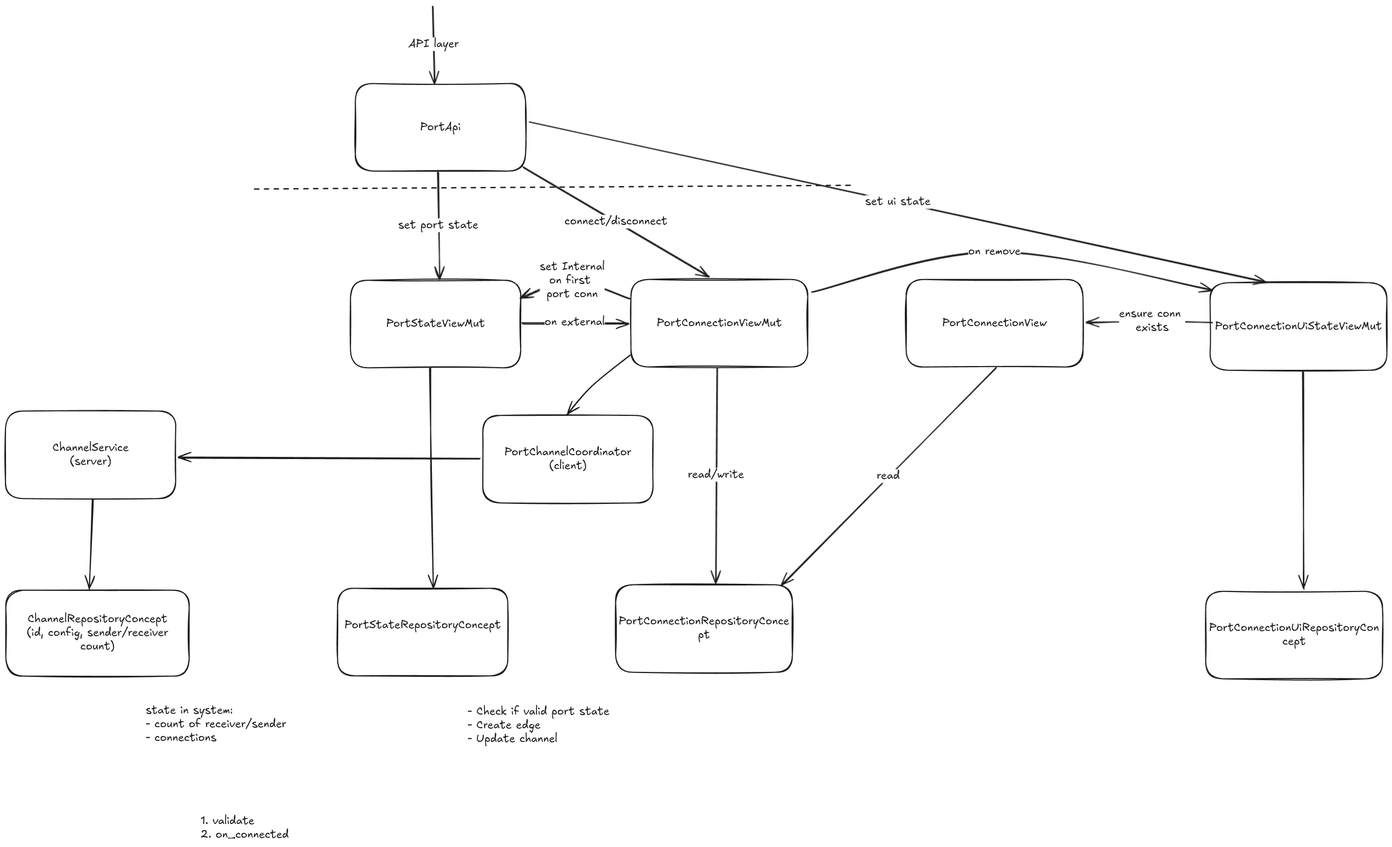
The Excalidraw diagram beetry-editor-backend/docs/channel_port_interop.excalidraw.png in skullim/beetry, before a commit. Source tidied: one line per element, renumbered; positions are measured from the earlier drawing's top-left corner, leaving out a move shared by most shapes.
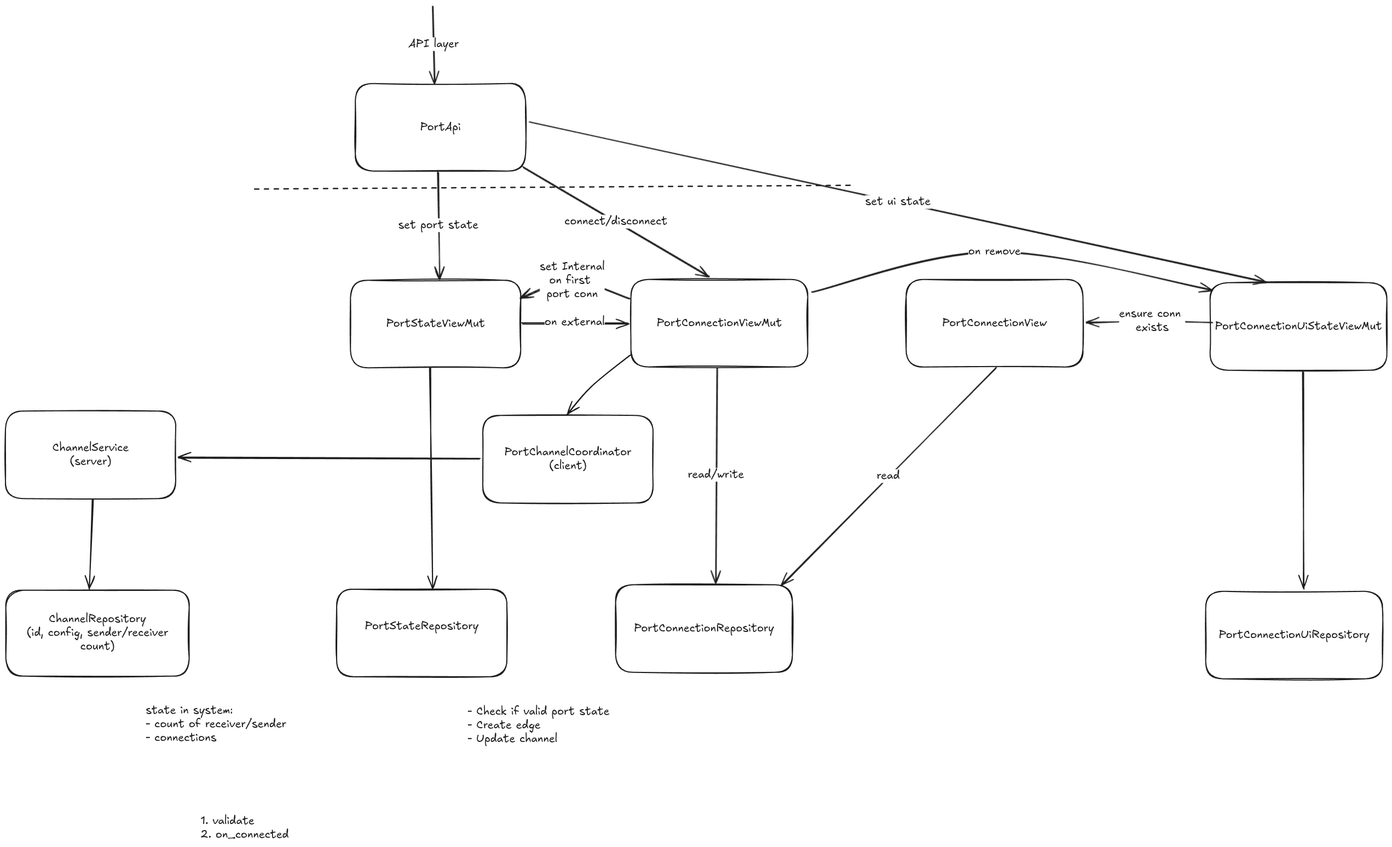
Above is the later version.

Diff of the diagram source:
```diff
@@ -9,20 +9,20 @@
 {"id": 8, "type": "rectangle", "strokeColor": "#1e1e1e", "strokeWidth": 2, "roughness": 1, "round": true, "x": 0, "y": 741, "width": 311, "height": 160}
 {"id": 9, "type": "text", "text": "ChannelService\n(server)", "strokeColor": "#1e1e1e", "strokeWidth": 2, "roughness": 1, "fontSize": 20, "fontFamily": 5, "textAlign": "center", "verticalAlign": "middle", "inside": 8, "x": 86, "y": 796, "width": 139, "height": 50}
 {"id": 10, "type": "arrow", "strokeColor": "#1e1e1e", "strokeWidth": 2, "roughness": 1, "endArrowhead": "arrow", "round": true, "from": 6, "to": 8, "x": 867, "y": 828, "width": 550, "height": 2, "points": [[0, 0], [-550, -2]]}
-{"id": 11, "type": "rectangle", "strokeColor": "#1e1e1e", "strokeWidth": 2, "roughness": 1, "round": true, "x": 607, "y": 1065, "width": 311, "height": 160}
+{"id": 11, "type": "rectangle", "strokeColor": "#1e1e1e", "strokeWidth": 2, "roughness": 1, "round": true, "x": 605, "y": 1066, "width": 311, "height": 160}
-{"id": 12, "type": "text", "text": "PortStateRepositoryConcept\n", "strokeColor": "#1e1e1e", "strokeWidth": 2, "roughness": 1, "fontSize": 20, "fontFamily": 5, "textAlign": "center", "verticalAlign": "middle", "inside": 11, "x": 619, "y": 1120, "width": 286, "height": 50}
+{"id": 12, "type": "text", "text": "PortStateRepository\n", "strokeColor": "#1e1e1e", "strokeWidth": 2, "roughness": 1, "fontSize": 20, "fontFamily": 5, "textAlign": "center", "verticalAlign": "middle", "inside": 11, "x": 657, "y": 1121, "width": 208, "height": 50}
-{"id": 13, "type": "arrow", "strokeColor": "#1e1e1e", "strokeWidth": 2, "roughness": 1, "endArrowhead": "arrow", "round": true, "from": 4, "to": 11, "x": 775, "y": 662, "width": 5, "height": 402, "points": [[0, 0], [4, 199], [5, 402]]}
+{"id": 13, "type": "arrow", "strokeColor": "#1e1e1e", "strokeWidth": 2, "roughness": 1, "endArrowhead": "arrow", "round": true, "from": 4, "to": 11, "x": 775, "y": 662, "width": 4, "height": 404, "points": [[0, 0], [4, 199], [4, 404]]}
 {"id": 14, "type": "arrow", "strokeColor": "#1e1e1e", "strokeWidth": 2, "roughness": 1, "endArrowhead": "arrow", "round": true, "from": 8, "to": 15, "x": 159, "y": 902, "width": 7, "height": 165, "points": [[0, 0], [-7, 165]]}
 {"id": 15, "type": "rectangle", "strokeColor": "#1e1e1e", "strokeWidth": 2, "roughness": 1, "round": true, "x": 1, "y": 1068, "width": 335, "height": 157}
-{"id": 16, "type": "text", "text": "ChannelRepositoryConcept\n(id, config, sender/receiver\ncount)", "strokeColor": "#1e1e1e", "strokeWidth": 2, "roughness": 1, "fontSize": 20, "fontFamily": 5, "textAlign": "center", "verticalAlign": "middle", "inside": 15, "x": 39, "y": 1109, "width": 259, "height": 75}
+{"id": 16, "type": "text", "text": "ChannelRepository\n(id, config, sender/receiver\ncount)", "strokeColor": "#1e1e1e", "strokeWidth": 2, "roughness": 1, "fontSize": 20, "fontFamily": 5, "textAlign": "center", "verticalAlign": "middle", "inside": 15, "x": 39, "y": 1109, "width": 259, "height": 75}
 {"id": 17, "type": "arrow", "strokeColor": "#1e1e1e", "strokeWidth": 2, "roughness": 1, "endArrowhead": "arrow", "round": true, "to": 0, "x": 780, "y": 0, "width": 4, "height": 140, "points": [[0, 0], [4, 140]]}
 {"id": 18, "type": "text", "text": "API layer", "strokeColor": "#1e1e1e", "strokeWidth": 2, "strokeStyle": "dashed", "roughness": 1, "fontSize": 20, "fontFamily": 5, "textAlign": "center", "verticalAlign": "middle", "inside": 17, "x": 737, "y": 140, "width": 92, "height": 25}
 {"id": 19, "type": "line", "strokeColor": "#1e1e1e", "strokeWidth": 2, "strokeStyle": "dashed", "roughness": 1, "round": true, "x": 454, "y": 336, "width": 1096, "height": 8, "points": [[0, 0], [1096, -8]]}
 {"id": 20, "type": "text", "text": "state in system:\n- count of receiver/sender\n- connections", "strokeColor": "#1e1e1e", "strokeWidth": 2, "strokeStyle": "dashed", "roughness": 1, "fontSize": 20, "fontFamily": 5, "x": 256, "y": 1276, "width": 257, "height": 75}
 {"id": 21, "type": "rectangle", "strokeColor": "#1e1e1e", "strokeWidth": 2, "roughness": 1, "round": true, "x": 1115, "y": 1058, "width": 323, "height": 160}
-{"id": 22, "type": "text", "text": "PortConnectionRepositoryConce\npt", "strokeColor": "#1e1e1e", "strokeWidth": 2, "roughness": 1, "fontSize": 20, "fontFamily": 5, "textAlign": "center", "verticalAlign": "middle", "inside": 21, "x": 1120, "y": 1113, "width": 312, "height": 50}
+{"id": 22, "type": "text", "text": "PortConnectionRepository", "strokeColor": "#1e1e1e", "strokeWidth": 2, "roughness": 1, "fontSize": 20, "fontFamily": 5, "textAlign": "center", "verticalAlign": "middle", "inside": 21, "x": 1148, "y": 1126, "width": 256, "height": 25}
 {"id": 23, "type": "rectangle", "strokeColor": "#1e1e1e", "strokeWidth": 2, "roughness": 1, "round": true, "x": 2193, "y": 1070, "width": 323, "height": 160}
-{"id": 24, "type": "text", "text": "PortConnectionUiRepositoryCon\ncept", "strokeColor": "#1e1e1e", "strokeWidth": 2, "roughness": 1, "fontSize": 20, "fontFamily": 5, "textAlign": "center", "verticalAlign": "middle", "inside": 23, "x": 2199, "y": 1125, "width": 311, "height": 50}
+{"id": 24, "type": "text", "text": "PortConnectionUiRepository", "strokeColor": "#1e1e1e", "strokeWidth": 2, "roughness": 1, "fontSize": 20, "fontFamily": 5, "textAlign": "center", "verticalAlign": "middle", "inside": 23, "x": 2216, "y": 1138, "width": 275, "height": 25}
 {"id": 25, "type": "rectangle", "strokeColor": "#1e1e1e", "strokeWidth": 2, "roughness": 1, "round": true, "x": 2201, "y": 506, "width": 323, "height": 160}
 {"id": 26, "type": "text", "text": "PortConnectionUiStateViewMut", "strokeColor": "#1e1e1e", "strokeWidth": 2, "roughness": 1, "fontSize": 20, "fontFamily": 5, "textAlign": "center", "verticalAlign": "middle", "inside": 25, "x": 2210, "y": 574, "width": 305, "height": 25}
 {"id": 27, "type": "rectangle", "strokeColor": "#1e1e1e", "strokeWidth": 2, "roughness": 1, "round": true, "x": 1143, "y": 500, "width": 323, "height": 160}
```
